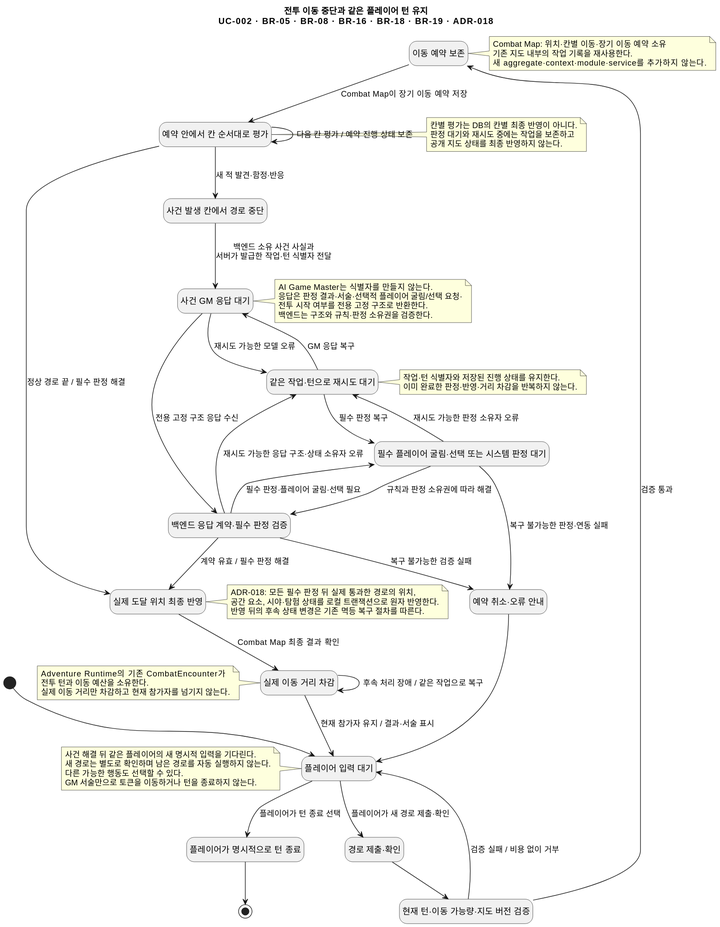
Above: docs/specs/combat-movement-spell-range/diagrams/architecture/combat-movement-interruption.state.svg in omegafrog/dnd-master (PlantUML), before the change. The source it was exported from:
```plantuml
@startuml
 title 전투 이동 중단과 같은 플레이어 턴 유지\nUC-002 · BR-05 · BR-08 · BR-16 · BR-18 · BR-19 · ADR-018
 hide empty description
 skinparam defaultFontName SansSerif
 state "플레이어 입력 대기" as Input
 state "경로 제출·확인" as Confirm
 state "현재 턴·이동 가능량·지도 버전 검증" as Validate
 state "이동 예약 보존" as Reserve
 state "예약 안에서 칸 순서대로 평가" as Cell
 state "사건 발생 칸에서 경로 중단" as Interrupt
 state "사건 GM 응답 대기" as Gm
 state "백엔드 응답 계약·필수 판정 검증" as Contract
 state "필수 플레이어 굴림·선택 또는 시스템 판정 대기" as Pending
 state "같은 작업·턴으로 재시도 대기" as Retry
 state "실제 도달 위치 최종 반영" as Commit
 state "실제 이동 거리 차감" as Charge
 state "플레이어가 명시적으로 턴 종료" as EndTurn
 state "예약 취소·오류 안내" as Rejected

 [*] --> Input
 Input --> Confirm : 플레이어가 새 경로 제출·확인
 Confirm --> Validate
 Validate --> Reserve : 검증 통과
 Validate --> Input : 검증 실패 / 비용 없이 거부
 Reserve --> Cell : Combat Map이 장기 이동 예약 저장
 Cell --> Cell : 다음 칸 평가 / 예약 진행 상태 보존
 Cell --> Commit : 정상 경로 끝 / 필수 판정 해결
 Cell --> Interrupt : 새 적 발견·함정·반응
 Interrupt --> Gm : 백엔드 소유 사건 사실과\n서버가 발급한 작업·턴 식별자 전달
 Gm --> Contract : 전용 고정 구조 응답 수신
 Contract --> Pending : 필수 판정·플레이어 굴림·선택 필요
 Pending --> Contract : 규칙과 판정 소유권에 따라 해결
 Contract --> Commit : 계약 유효 / 필수 판정 해결
 Gm --> Retry : 재시도 가능한 모델 오류
 Contract --> Retry : 재시도 가능한 응답 구조·상태 소유자 오류
 Pending --> Retry : 재시도 가능한 판정 소유자 오류
 Retry --> Gm : GM 응답 복구
 Retry --> Pending : 필수 판정 복구
 Contract --> Rejected : 복구 불가능한 검증 실패
 Pending --> Rejected : 복구 불가능한 판정·연동 실패
 Rejected --> Input
 Commit --> Charge : Combat Map 최종 결과 확인
 Charge --> Charge : 후속 처리 장애 / 같은 작업으로 복구
 Charge --> Input : 현재 참가자 유지 / 결과·서술 표시
 Input --> EndTurn : 플레이어가 턴 종료 선택
 EndTurn --> [*]

 note right of Reserve
 Combat Map: 위치·칸별 이동·장기 이동 예약 소유
 기존 지도 내부의 작업 기록을 재사용한다.
 새 aggregate·context·module·service를 추가하지 않는다.
 end note
 note right of Cell
 칸별 평가는 DB의 칸별 최종 반영이 아니다.
 판정 대기와 재시도 중에는 작업을 보존하고
 공개 지도 상태를 최종 반영하지 않는다.
 end note
 note right of Gm
 AI Game Master는 식별자를 만들지 않는다.
 응답은 판정 결과·서술·선택적 플레이어 굴림/선택 요청·
 전투 시작 여부를 전용 고정 구조로 반환한다.
 백엔드는 구조와 규칙·판정 소유권을 검증한다.
 end note
 note right of Retry
 작업·턴 식별자와 저장된 진행 상태를 유지한다.
 이미 완료한 판정·반영·거리 차감을 반복하지 않는다.
 end note
 note right of Commit
 ADR-018: 모든 필수 판정 뒤 실제 통과한 경로의 위치,
 공간 요소, 시야·탐험 상태를 로컬 트랜잭션으로 원자 반영한다.
 반영 뒤의 후속 상태 변경은 기존 멱등 복구 절차를 따른다.
 end note
 note left of Charge
 Adventure Runtime의 기존 CombatEncounter가
 전투 턴과 이동 예산을 소유한다.
 실제 이동 거리만 차감하고 현재 참가자를 넘기지 않는다.
 end note
 note left of Input
 사건 해결 뒤 같은 플레이어의 새 명시적 입력을 기다린다.
 새 경로는 별도로 확인하며 남은 경로를 자동 실행하지 않는다.
 다른 가능한 행동도 선택할 수 있다.
 GM 서술만으로 토큰을 이동하거나 턴을 종료하지 않는다.
 end note
@enduml
```
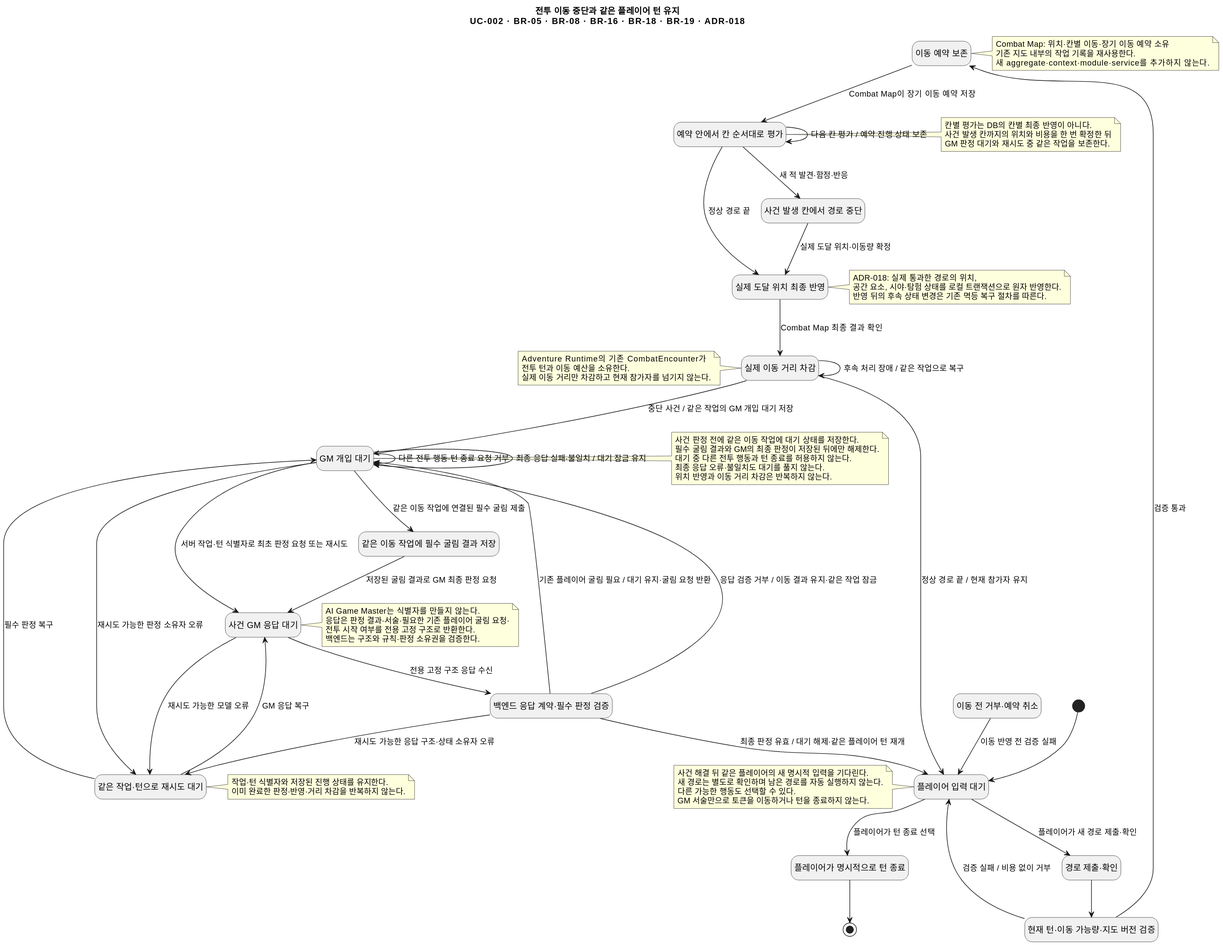
The same file after the commit.

What changed in the source:
```diff
@@ -10,12 +10,13 @@
  state "사건 발생 칸에서 경로 중단" as Interrupt
  state "사건 GM 응답 대기" as Gm
  state "백엔드 응답 계약·필수 판정 검증" as Contract
- state "필수 플레이어 굴림·선택 또는 시스템 판정 대기" as Pending
+ state "GM 개입 대기" as Pending
+ state "같은 이동 작업에 필수 굴림 결과 저장" as Submitted
  state "같은 작업·턴으로 재시도 대기" as Retry
  state "실제 도달 위치 최종 반영" as Commit
  state "실제 이동 거리 차감" as Charge
  state "플레이어가 명시적으로 턴 종료" as EndTurn
- state "예약 취소·오류 안내" as Rejected
+ state "이동 전 거부·예약 취소" as Rejected
 
  [*] --> Input
  Input --> Confirm : 플레이어가 새 경로 제출·확인
@@ -24,24 +25,28 @@
  Validate --> Input : 검증 실패 / 비용 없이 거부
  Reserve --> Cell : Combat Map이 장기 이동 예약 저장
  Cell --> Cell : 다음 칸 평가 / 예약 진행 상태 보존
- Cell --> Commit : 정상 경로 끝 / 필수 판정 해결
+ Cell --> Commit : 정상 경로 끝
  Cell --> Interrupt : 새 적 발견·함정·반응
- Interrupt --> Gm : 백엔드 소유 사건 사실과\n서버가 발급한 작업·턴 식별자 전달
+ Interrupt --> Commit : 실제 도달 위치·이동량 확정
  Gm --> Contract : 전용 고정 구조 응답 수신
- Contract --> Pending : 필수 판정·플레이어 굴림·선택 필요
- Pending --> Contract : 규칙과 판정 소유권에 따라 해결
- Contract --> Commit : 계약 유효 / 필수 판정 해결
+ Contract --> Pending : 기존 플레이어 굴림 필요 / 대기 유지·굴림 요청 반환
+ Pending --> Pending : 다른 전투 행동·턴 종료 요청 거부
+ Pending --> Submitted : 같은 이동 작업에 연결된 필수 굴림 제출
+ Submitted --> Gm : 저장된 굴림 결과로 GM 최종 판정 요청
+ Contract --> Input : 최종 판정 유효 / 대기 해제·같은 플레이어 턴 재개
  Gm --> Retry : 재시도 가능한 모델 오류
  Contract --> Retry : 재시도 가능한 응답 구조·상태 소유자 오류
  Pending --> Retry : 재시도 가능한 판정 소유자 오류
+ Contract --> Pending : 응답 검증 거부 / 이동 결과 유지·같은 작업 잠금
+ Pending --> Pending : 최종 응답 실패·불일치 / 대기 잠금 유지
  Retry --> Gm : GM 응답 복구
  Retry --> Pending : 필수 판정 복구
- Contract --> Rejected : 복구 불가능한 검증 실패
- Pending --> Rejected : 복구 불가능한 판정·연동 실패
- Rejected --> Input
+ Rejected --> Input : 이동 반영 전 검증 실패
  Commit --> Charge : Combat Map 최종 결과 확인
  Charge --> Charge : 후속 처리 장애 / 같은 작업으로 복구
- Charge --> Input : 현재 참가자 유지 / 결과·서술 표시
+ Charge --> Pending : 중단 사건 / 같은 작업의 GM 개입 대기 저장
+ Pending --> Gm : 서버 작업·턴 식별자로 최초 판정 요청 또는 재시도
+ Charge --> Input : 정상 경로 끝 / 현재 참가자 유지
  Input --> EndTurn : 플레이어가 턴 종료 선택
  EndTurn --> [*]
 
@@ -52,21 +57,28 @@
  end note
  note right of Cell
  칸별 평가는 DB의 칸별 최종 반영이 아니다.
- 판정 대기와 재시도 중에는 작업을 보존하고
- 공개 지도 상태를 최종 반영하지 않는다.
+ 사건 발생 칸까지의 위치와 비용을 한 번 확정한 뒤
+ GM 판정 대기와 재시도 중 같은 작업을 보존한다.
  end note
  note right of Gm
  AI Game Master는 식별자를 만들지 않는다.
- 응답은 판정 결과·서술·선택적 플레이어 굴림/선택 요청·
+ 응답은 판정 결과·서술·필요한 기존 플레이어 굴림 요청·
  전투 시작 여부를 전용 고정 구조로 반환한다.
  백엔드는 구조와 규칙·판정 소유권을 검증한다.
+ end note
+ note right of Pending
+ 사건 판정 전에 같은 이동 작업에 대기 상태를 저장한다.
+ 필수 굴림 결과와 GM의 최종 판정이 저장된 뒤에만 해제한다.
+ 대기 중 다른 전투 행동과 턴 종료를 허용하지 않는다.
+ 최종 응답 오류·불일치도 대기를 풀지 않는다.
+ 위치 반영과 이동 거리 차감은 반복하지 않는다.
  end note
  note right of Retry
  작업·턴 식별자와 저장된 진행 상태를 유지한다.
  이미 완료한 판정·반영·거리 차감을 반복하지 않는다.
  end note
  note right of Commit
- ADR-018: 모든 필수 판정 뒤 실제 통과한 경로의 위치,
+ ADR-018: 실제 통과한 경로의 위치,
  공간 요소, 시야·탐험 상태를 로컬 트랜잭션으로 원자 반영한다.
  반영 뒤의 후속 상태 변경은 기존 멱등 복구 절차를 따른다.
  end note
```
